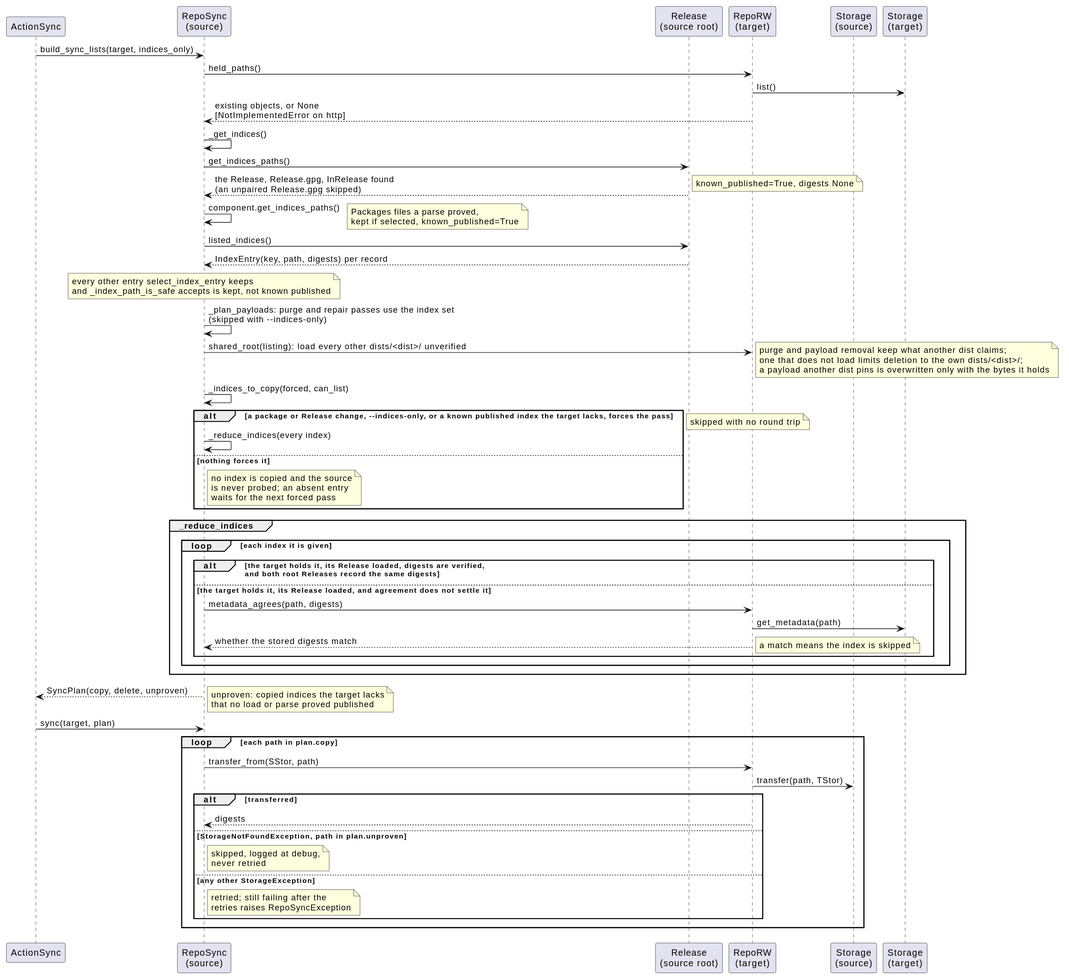
Earlier version of the PlantUML export docs/development/diagrams/repo-sync-indices-sequence.svg (vinklat/debkit). Its source is kept beside it as docs/development/diagrams/repo-sync-indices-sequence.puml.
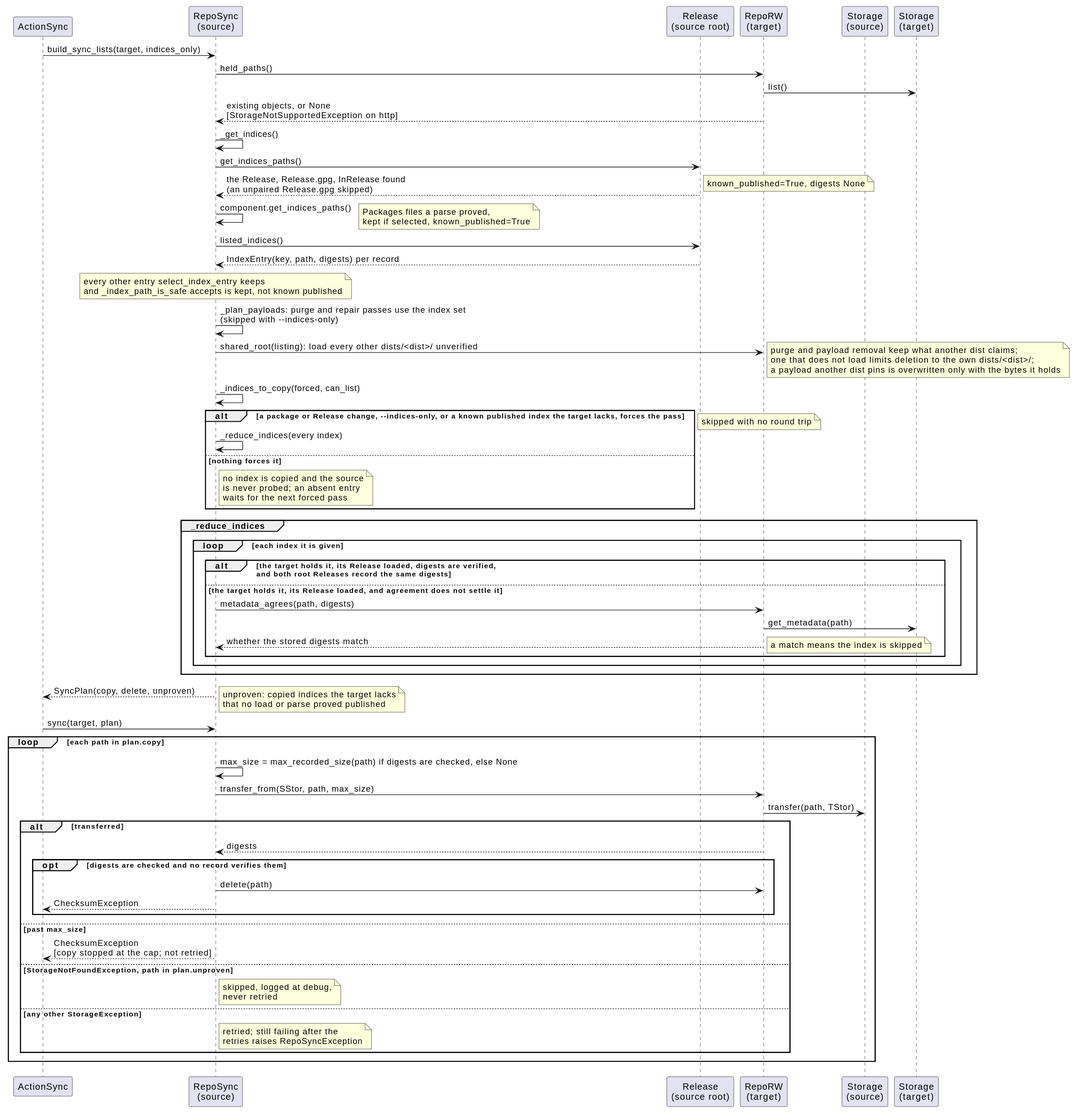
The same diagram one commit later.

Change to the diagram source:
```diff
@@ -9,7 +9,7 @@
 ActionSync -> Src: build_sync_lists(target, indices_only)
 Src -> Tgt: held_paths()
 Tgt -> TStor: list()
-Tgt --> Src: existing objects, or None\n[NotImplementedError on http]
+Tgt --> Src: existing objects, or None\n[StorageNotSupportedException on http]
 
 Src -> Src: _get_indices()
 Src -> Rel: get_indices_paths()
@@ -51,10 +51,17 @@
 
 ActionSync -> Src: sync(target, plan)
 loop each path in plan.copy
-  Src -> Tgt: transfer_from(SStor, path)
+  Src -> Src: max_size = max_recorded_size(path) if digests are checked, else None
+  Src -> Tgt: transfer_from(SStor, path, max_size)
   Tgt -> SStor: transfer(path, TStor)
   alt transferred
     Tgt --> Src: digests
+    opt digests are checked and no record verifies them
+      Src -> Tgt: delete(path)
+      Src --> ActionSync: ChecksumException
+    end
+  else past max_size
+    Src --> ActionSync: ChecksumException\n[copy stopped at the cap; not retried]
   else StorageNotFoundException, path in plan.unproven
     note right of Src: skipped, logged at debug,\nnever retried
   else any other StorageException
```
